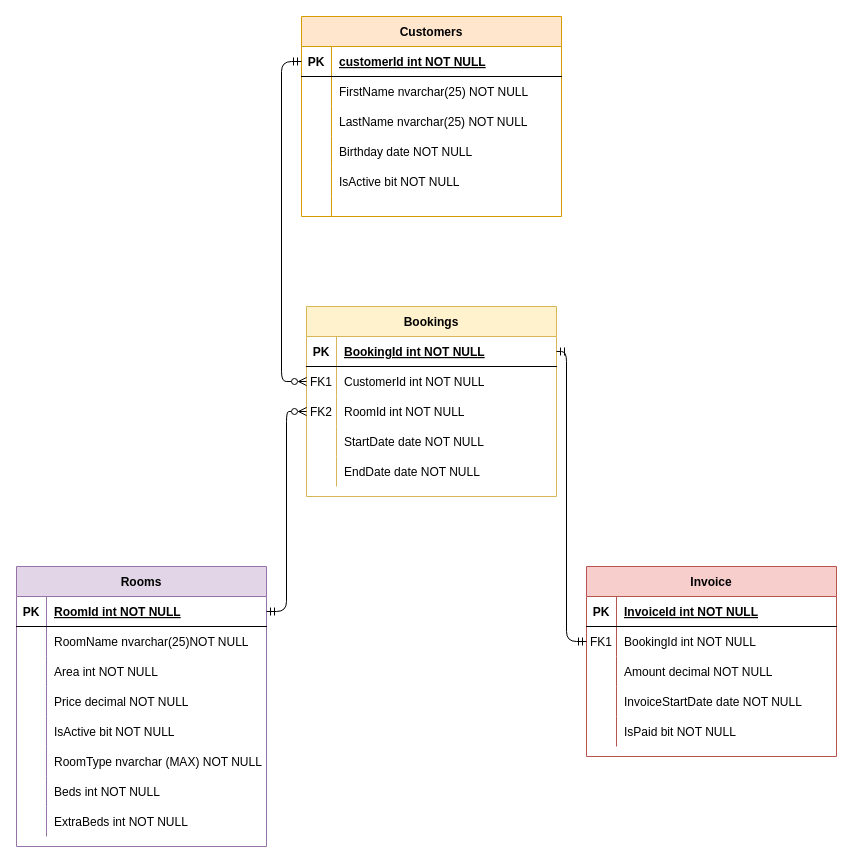
Before: ERDHenrysHotel.drawio in HenryBrandt-lgtm/HotelAppHenryBrandt, a draw.io diagram. Source tidied: cells renumbered, new cells numbered last; positions are measured from the earlier drawing's top-left corner, leaving out a move shared by most shapes. Both pictures are drawn from the tidied source at 100%, with x=0, y=0 at pixel (16, 16).
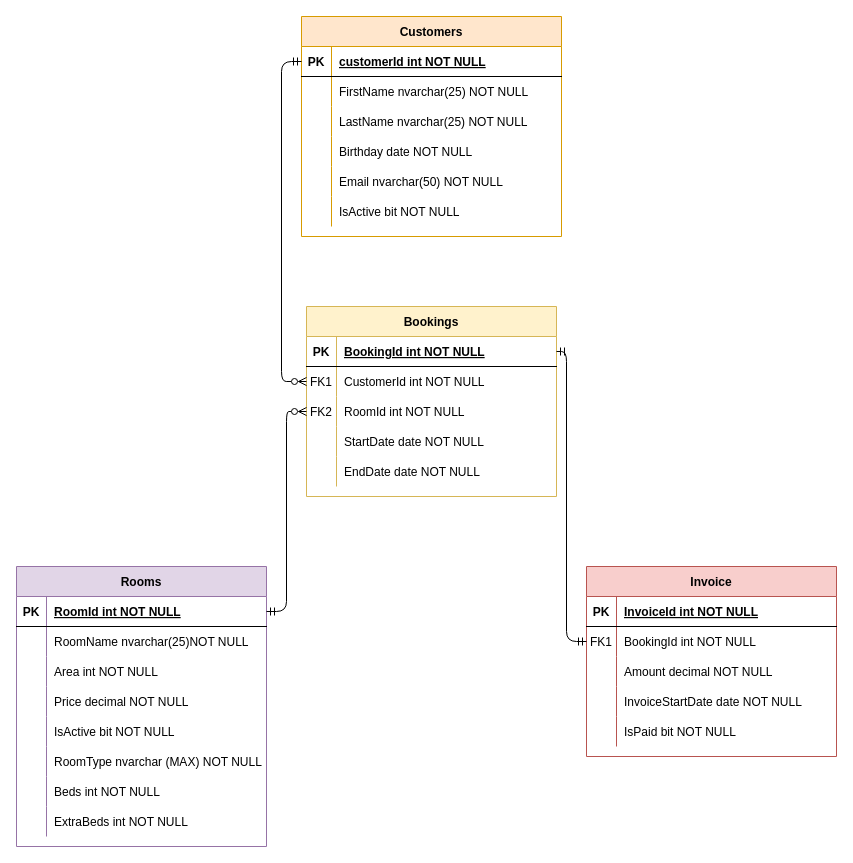
The same page after the edit.

The change refers to these unchanged cells:
```xml
<mxCell id="56" style="shape=partialRectangle;fillColor=none;top=0;left=0;right=0;bottom=0;" parent="43" vertex="1">
  <mxGeometry y="150" width="260" height="30" as="geometry" />
</mxCell>
```

Change to the diagram source:
```diff
@@
     <mxCell id="43" value="Customers" style="shape=table;startSize=30;childLayout=tableLayout;rowLines=0;fontStyle=1;align=center;fillColor=#ffe6cc;strokeColor=#d79b00;" parent="1" vertex="1">
-      <mxGeometry x="285" width="260" height="200" as="geometry" />
+      <mxGeometry x="285" width="260" height="220" as="geometry" />
     </mxCell>
@@
-    <mxCell id="58" value="IsActive bit NOT NULL" style="shape=partialRectangle;overflow=hidden;fillColor=none;top=0;left=0;bottom=0;right=0;align=left;spacingLeft=6;" parent="56" vertex="1">
+    <mxCell id="58" value="Email nvarchar(50) NOT NULL" style="shape=partialRectangle;overflow=hidden;fillColor=none;top=0;left=0;bottom=0;right=0;align=left;spacingLeft=6;" parent="56" vertex="1">
       <mxGeometry x="30" width="230" height="30" as="geometry" />
     </mxCell>
     <mxCell id="59" style="shape=partialRectangle;fillColor=none;top=0;left=0;right=0;bottom=0;" parent="43" vertex="1">
-      <mxGeometry y="180" width="260" height="20" as="geometry" />
+      <mxGeometry y="180" width="260" height="30" as="geometry" />
     </mxCell>
     <mxCell id="60" style="shape=partialRectangle;overflow=hidden;fillColor=none;top=0;left=0;bottom=0;right=0;" parent="59" vertex="1">
-      <mxGeometry width="30" height="20" as="geometry" />
+      <mxGeometry width="30" height="30" as="geometry" />
     </mxCell>
-    <mxCell id="61" style="shape=partialRectangle;overflow=hidden;fillColor=none;top=0;left=0;bottom=0;right=0;align=left;spacingLeft=6;" parent="59" vertex="1">
-      <mxGeometry x="30" width="230" height="20" as="geometry" />
+    <mxCell id="61" value="IsActive bit NOT NULL" style="shape=partialRectangle;overflow=hidden;fillColor=none;top=0;left=0;bottom=0;right=0;align=left;spacingLeft=6;" parent="59" vertex="1">
+      <mxGeometry x="30" width="230" height="30" as="geometry" />
     </mxCell>
```
